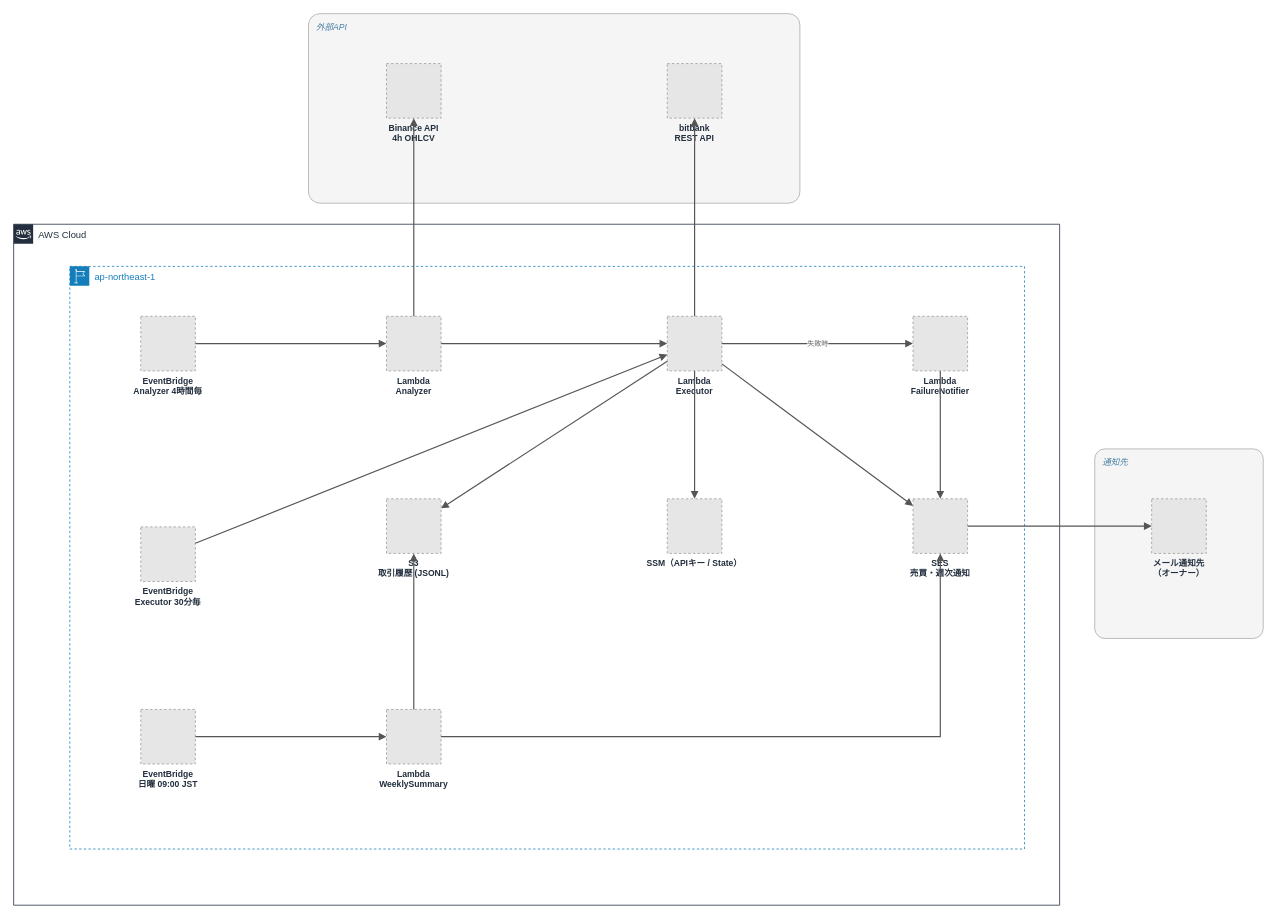
Above: 006_zer0-cryptobot/images/006_architecture.drawio in Zer0-1179/Zer0-public (draw.io), before the change. Source tidied: cells renumbered, new cells numbered last; positions are measured from the earlier drawing's top-left corner, leaving out a move shared by most shapes. Both pictures are drawn from the tidied source at 78%, with x=0, y=0 at pixel (13, 13). Pictures stored in the file or linked from it are replaced by grey dashed boxes.
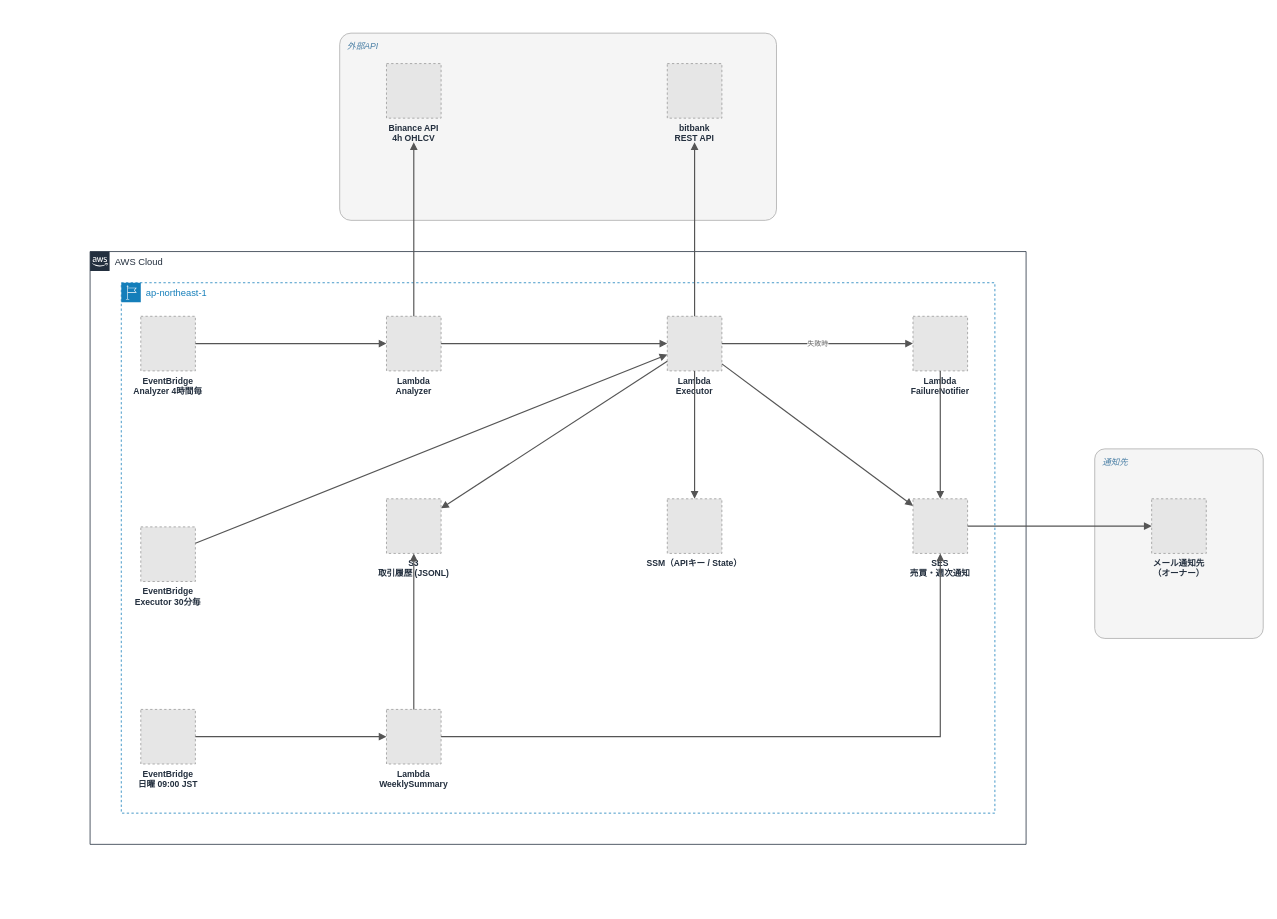
After the change.

The change refers to these unchanged cells:
```xml
<mxCell id="6" value="Binance API&#10;4h OHLCV" style="fillColor=#E6E6E6;strokeColor=#999999;dashed=1;verticalLabelPosition=bottom;verticalAlign=top;labelBackgroundColor=none;fontSize=11;fontStyle=1;fontColor=#232F3E;" parent="1" vertex="1">
  <mxGeometry x="478" y="64" width="70" height="70" as="geometry" />
</mxCell>
<mxCell id="7" value="bitbank&#10;REST API" style="fillColor=#E6E6E6;strokeColor=#999999;dashed=1;verticalLabelPosition=bottom;verticalAlign=top;labelBackgroundColor=none;fontSize=11;fontStyle=1;fontColor=#232F3E;" parent="1" vertex="1">
  <mxGeometry x="838" y="64" width="70" height="70" as="geometry" />
</mxCell>
<mxCell id="11" value="Lambda&#10;Analyzer" style="fillColor=#E6E6E6;strokeColor=#999999;dashed=1;verticalLabelPosition=bottom;verticalAlign=top;labelBackgroundColor=none;fontSize=11;fontStyle=1;fontColor=#232F3E;" parent="1" vertex="1">
  <mxGeometry x="478" y="388" width="70" height="70" as="geometry" />
</mxCell>
<mxCell id="12" value="Lambda&#10;Executor" style="fillColor=#E6E6E6;strokeColor=#999999;dashed=1;verticalLabelPosition=bottom;verticalAlign=top;labelBackgroundColor=none;fontSize=11;fontStyle=1;fontColor=#232F3E;" parent="1" vertex="1">
  <mxGeometry x="838" y="388" width="70" height="70" as="geometry" />
</mxCell>
```

What changed in the source:
```diff
@@
     <mxCell id="2" value="AWS Cloud" style="gradientColor=none;html=1;whiteSpace=wrap;fontSize=12;fontStyle=0;shape=mxgraph.aws4.group;grIcon=mxgraph.aws4.group_aws_cloud_alt;strokeColor=#232F3E;fillColor=none;verticalAlign=top;align=left;spacingLeft=30;fontColor=#232F3E;dashed=0;" parent="1" vertex="1">
-      <mxGeometry y="270" width="1341" height="873" as="geometry" />
+      <mxGeometry x="98" y="305" width="1200" height="760" as="geometry" />
     </mxCell>
+    <mxCell id="5" value="ap-northeast-1" style="gradientColor=none;html=1;whiteSpace=wrap;fontSize=12;fontStyle=0;shape=mxgraph.aws4.group;grIcon=mxgraph.aws4.group_region;strokeColor=#147EBA;fillColor=none;verticalAlign=top;align=left;spacingLeft=30;fontColor=#147EBA;dashed=1;" parent="2" vertex="1">
+      <mxGeometry x="40" y="40" width="1120" height="680" as="geometry" />
+    </mxCell>
     <mxCell id="3" value="外部API" style="rounded=1;arcSize=6;whiteSpace=wrap;html=1;fillColor=#F5F5F5;strokeColor=#AAAAAA;verticalAlign=top;align=left;spacingLeft=8;spacingTop=4;fontColor=#4A7FA5;fontStyle=2;fontSize=11;" parent="1" vertex="1">
-      <mxGeometry x="378" width="630" height="243" as="geometry" />
+      <mxGeometry x="418" y="25" width="560" height="240" as="geometry" />
     </mxCell>
@@
-    <mxCell id="5" value="ap-northeast-1" style="gradientColor=none;html=1;whiteSpace=wrap;fontSize=12;fontStyle=0;shape=mxgraph.aws4.group;grIcon=mxgraph.aws4.group_region;strokeColor=#147EBA;fillColor=none;verticalAlign=top;align=left;spacingLeft=30;fontColor=#147EBA;dashed=1;" parent="2" vertex="1">
-      <mxGeometry x="72" y="54" width="1224" height="747" as="geometry" />
-    </mxCell>
@@
-    <mxCell id="20" style="endArrow=block;html=1;rounded=0;edgeStyle=none;strokeColor=#555555;strokeWidth=1.5;fontSize=9;fontColor=#666666;labelBackgroundColor=#FFFFFF;" parent="1" edge="1" source="11" target="6">
-      <mxGeometry relative="1" as="geometry" />
+    <mxCell id="20" style="endArrow=block;html=1;rounded=0;edgeStyle=none;strokeColor=#555555;strokeWidth=1.5;fontSize=9;fontColor=#666666;labelBackgroundColor=#FFFFFF;" parent="1" edge="1" source="11">
+      <mxGeometry relative="1" as="geometry">
+        <mxPoint x="513" y="165" as="targetPoint" />
+      </mxGeometry>
     </mxCell>
@@
-    <mxCell id="23" style="endArrow=block;html=1;rounded=0;edgeStyle=none;strokeColor=#555555;strokeWidth=1.5;fontSize=9;fontColor=#666666;labelBackgroundColor=#FFFFFF;" parent="1" edge="1" source="12" target="7">
-      <mxGeometry relative="1" as="geometry" />
+    <mxCell id="23" style="endArrow=block;html=1;rounded=0;edgeStyle=none;strokeColor=#555555;strokeWidth=1.5;fontSize=9;fontColor=#666666;labelBackgroundColor=#FFFFFF;" parent="1" edge="1" source="12">
+      <mxGeometry relative="1" as="geometry">
+        <mxPoint x="873" y="165" as="targetPoint" />
+      </mxGeometry>
     </mxCell>
```
